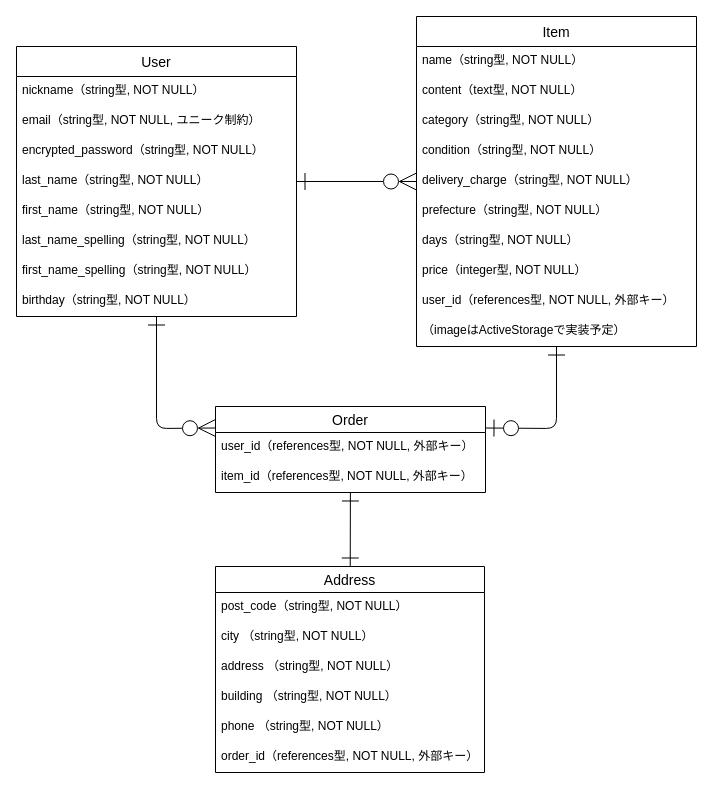
Above: furima.dio in sh-o-kada/furima-38248 (draw.io), before the change. Source tidied: cells renumbered, new cells numbered last; positions are measured from the earlier drawing's top-left corner, leaving out a move shared by most shapes. Both pictures are drawn from the tidied source at 100%, with x=0, y=0 at pixel (16, 16).
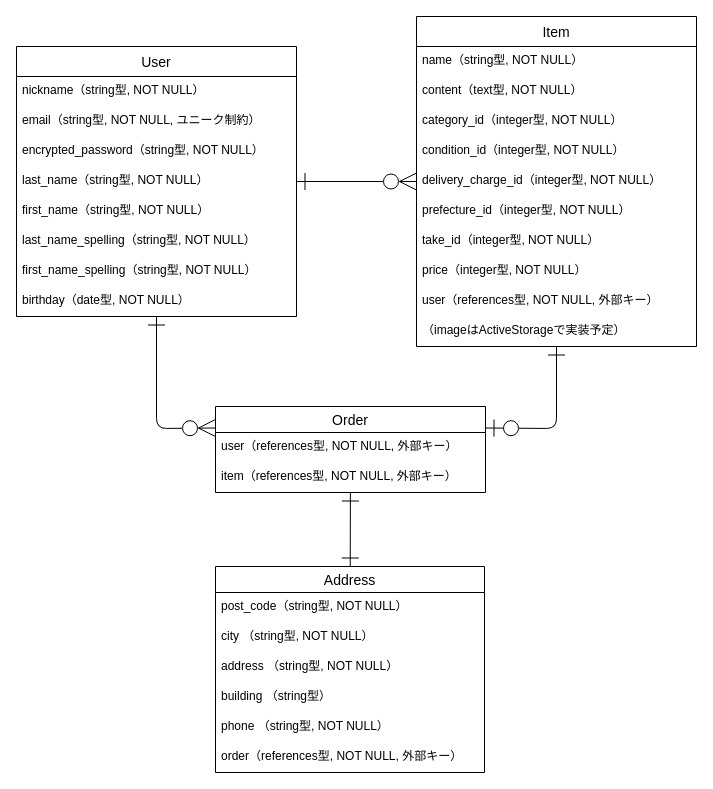
The same page after the edit.

Commit message (it also covers changes not shown here):
データベース設計の修正

The change refers to these unchanged cells:
```xml
<mxCell id="3" value="Order" style="swimlane;fontStyle=0;horizontal=1;startSize=26;align=center;fontSize=14;" parent="1" vertex="1">
  <mxGeometry x="199" y="390" width="270" height="86" as="geometry" />
</mxCell>
<mxCell id="8" value="User" style="swimlane;fontStyle=0;horizontal=1;startSize=30;align=center;fontSize=14;" parent="1" vertex="1">
  <mxGeometry y="30" width="280" height="270" as="geometry" />
</mxCell>
<mxCell id="18" value="Item" style="swimlane;fontStyle=0;horizontal=1;startSize=30;align=center;fontSize=14;" parent="1" vertex="1">
  <mxGeometry x="400" width="280" height="330" as="geometry" />
</mxCell>
<mxCell id="29" value="Address" style="swimlane;fontStyle=0;horizontal=1;startSize=26;align=center;fontSize=14;" parent="1" vertex="1">
  <mxGeometry x="199" y="550" width="269" height="206" as="geometry" />
</mxCell>
```

The edit, as a diff of the source:
```diff
@@
-    <mxCell id="4" value="user_id（references型, NOT NULL, 外部キー）" style="text;strokeColor=none;fillColor=none;spacingLeft=4;spacingRight=4;overflow=hidden;fontSize=12;" parent="3" vertex="1">
+    <mxCell id="4" value="user（references型, NOT NULL, 外部キー）" style="text;strokeColor=none;fillColor=none;spacingLeft=4;spacingRight=4;overflow=hidden;fontSize=12;" parent="3" vertex="1">
       <mxGeometry y="26" width="270" height="30" as="geometry" />
     </mxCell>
-    <mxCell id="5" value="item_id（references型, NOT NULL, 外部キー）" style="text;strokeColor=none;fillColor=none;spacingLeft=4;spacingRight=4;overflow=hidden;fontSize=12;" parent="3" vertex="1">
+    <mxCell id="5" value="item（references型, NOT NULL, 外部キー）" style="text;strokeColor=none;fillColor=none;spacingLeft=4;spacingRight=4;overflow=hidden;fontSize=12;" parent="3" vertex="1">
       <mxGeometry y="56" width="270" height="30" as="geometry" />
     </mxCell>
@@
-    <mxCell id="16" value="birthday（string型, NOT NULL）" style="text;strokeColor=none;fillColor=none;spacingLeft=4;spacingRight=4;overflow=hidden;fontSize=12;" parent="8" vertex="1">
+    <mxCell id="16" value="birthday（date型, NOT NULL）" style="text;strokeColor=none;fillColor=none;spacingLeft=4;spacingRight=4;overflow=hidden;fontSize=12;" parent="8" vertex="1">
       <mxGeometry y="240" width="280" height="30" as="geometry" />
     </mxCell>
@@
-    <mxCell id="21" value="category（string型, NOT NULL）" style="text;strokeColor=none;fillColor=none;spacingLeft=4;spacingRight=4;overflow=hidden;fontSize=12;" parent="18" vertex="1">
+    <mxCell id="21" value="category_id（integer型, NOT NULL）" style="text;strokeColor=none;fillColor=none;spacingLeft=4;spacingRight=4;overflow=hidden;fontSize=12;" parent="18" vertex="1">
       <mxGeometry y="90" width="280" height="30" as="geometry" />
     </mxCell>
-    <mxCell id="22" value="condition（string型, NOT NULL）" style="text;strokeColor=none;fillColor=none;spacingLeft=4;spacingRight=4;overflow=hidden;fontSize=12;" parent="18" vertex="1">
+    <mxCell id="22" value="condition_id（integer型, NOT NULL）" style="text;strokeColor=none;fillColor=none;spacingLeft=4;spacingRight=4;overflow=hidden;fontSize=12;" parent="18" vertex="1">
       <mxGeometry y="120" width="280" height="30" as="geometry" />
     </mxCell>
-    <mxCell id="23" value="delivery_charge（string型, NOT NULL）" style="text;strokeColor=none;fillColor=none;spacingLeft=4;spacingRight=4;overflow=hidden;fontSize=12;" parent="18" vertex="1">
+    <mxCell id="23" value="delivery_charge_id（integer型, NOT NULL）" style="text;strokeColor=none;fillColor=none;spacingLeft=4;spacingRight=4;overflow=hidden;fontSize=12;" parent="18" vertex="1">
       <mxGeometry y="150" width="280" height="30" as="geometry" />
     </mxCell>
-    <mxCell id="24" value="prefecture（string型, NOT NULL）" style="text;strokeColor=none;fillColor=none;spacingLeft=4;spacingRight=4;overflow=hidden;fontSize=12;" parent="18" vertex="1">
+    <mxCell id="24" value="prefecture_id（integer型, NOT NULL）" style="text;strokeColor=none;fillColor=none;spacingLeft=4;spacingRight=4;overflow=hidden;fontSize=12;" parent="18" vertex="1">
       <mxGeometry y="180" width="280" height="30" as="geometry" />
     </mxCell>
-    <mxCell id="25" value="days（string型, NOT NULL）" style="text;strokeColor=none;fillColor=none;spacingLeft=4;spacingRight=4;overflow=hidden;fontSize=12;" parent="18" vertex="1">
+    <mxCell id="25" value="take_id（integer型, NOT NULL）" style="text;strokeColor=none;fillColor=none;spacingLeft=4;spacingRight=4;overflow=hidden;fontSize=12;" parent="18" vertex="1">
       <mxGeometry y="210" width="280" height="30" as="geometry" />
     </mxCell>
@@
-    <mxCell id="27" value="user_id（references型, NOT NULL, 外部キー）" style="text;strokeColor=none;fillColor=none;spacingLeft=4;spacingRight=4;overflow=hidden;fontSize=12;" parent="18" vertex="1">
+    <mxCell id="27" value="user（references型, NOT NULL, 外部キー）" style="text;strokeColor=none;fillColor=none;spacingLeft=4;spacingRight=4;overflow=hidden;fontSize=12;" parent="18" vertex="1">
       <mxGeometry y="270" width="280" height="30" as="geometry" />
     </mxCell>
@@
-    <mxCell id="33" value="building （string型, NOT NULL）" style="text;strokeColor=none;fillColor=none;spacingLeft=4;spacingRight=4;overflow=hidden;fontSize=12;" parent="29" vertex="1">
+    <mxCell id="33" value="building （string型）" style="text;strokeColor=none;fillColor=none;spacingLeft=4;spacingRight=4;overflow=hidden;fontSize=12;" parent="29" vertex="1">
       <mxGeometry y="116" width="269" height="30" as="geometry" />
     </mxCell>
@@
-    <mxCell id="35" value="order_id（references型, NOT NULL, 外部キー）" style="text;strokeColor=none;fillColor=none;spacingLeft=4;spacingRight=4;overflow=hidden;fontSize=12;" parent="29" vertex="1">
+    <mxCell id="35" value="order（references型, NOT NULL, 外部キー）" style="text;strokeColor=none;fillColor=none;spacingLeft=4;spacingRight=4;overflow=hidden;fontSize=12;" parent="29" vertex="1">
       <mxGeometry y="176" width="269" height="30" as="geometry" />
     </mxCell>
```
